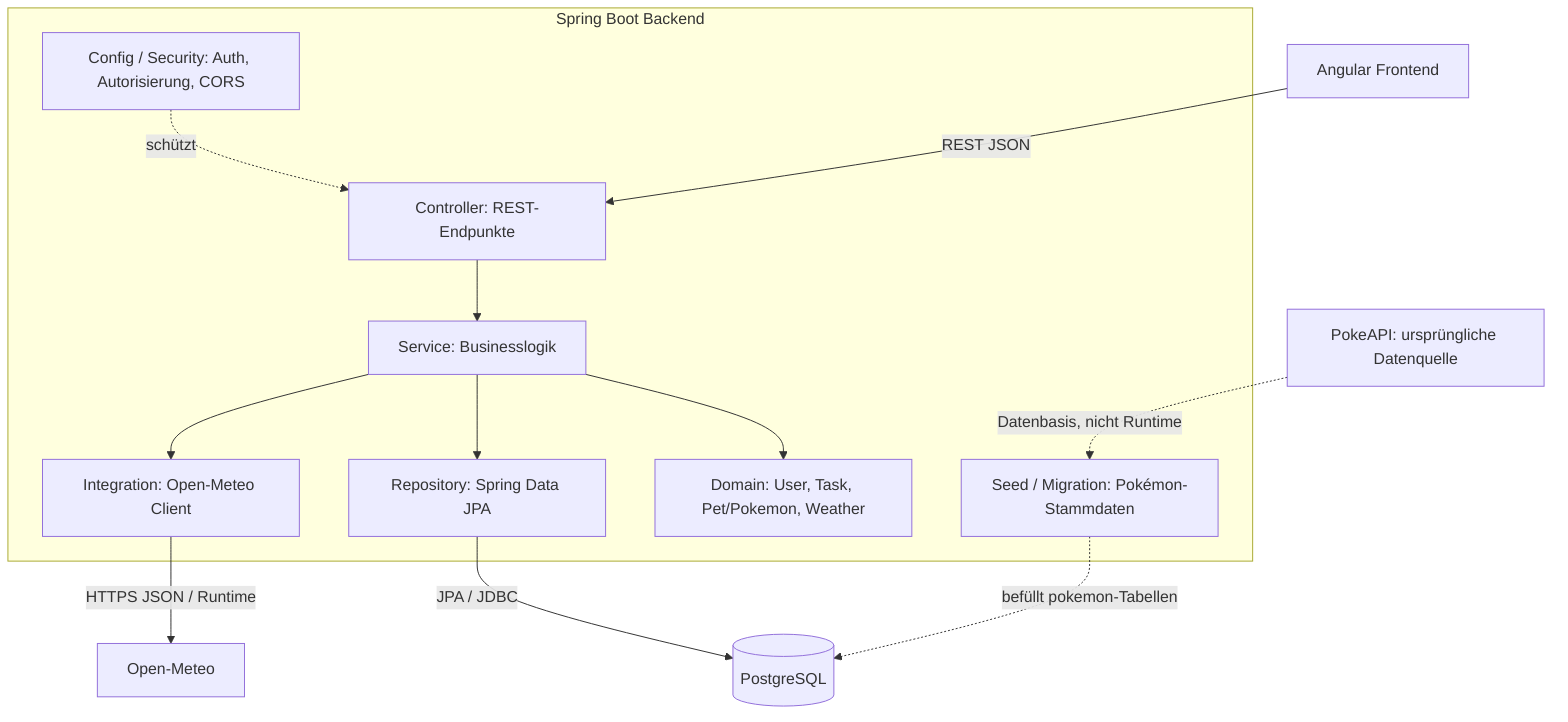
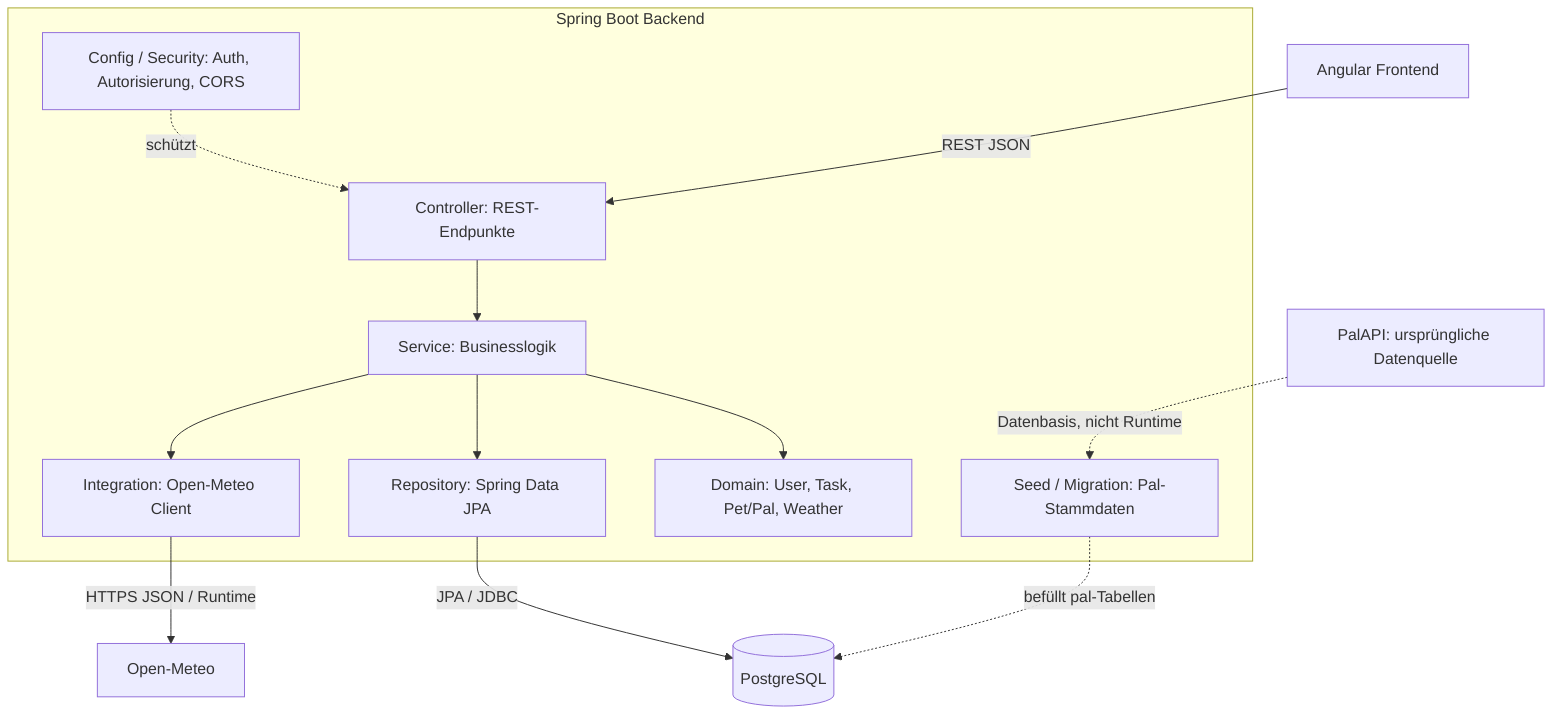
flowchart TB
    FE["Angular Frontend"]

    subgraph BACKEND["Spring Boot Backend"]
        CTRL["Controller: REST-Endpunkte"]
        SEC["Config / Security: Auth, Autorisierung, CORS"]
        SVC["Service: Businesslogik"]
-         DOM["Domain: User, Task, Pet/Pokemon, Weather"]
+         DOM["Domain: User, Task, Pet/Pal, Weather"]
        REPO["Repository: Spring Data JPA"]
        INT["Integration: Open-Meteo Client"]
-         SEED["Seed / Migration: Pokémon-Stammdaten"]
+         SEED["Seed / Migration: Pal-Stammdaten"]
    end

    DB[(PostgreSQL)]
-     POKEAPI["PokeAPI: ursprüngliche Datenquelle"]
+     POKEAPI["PalAPI: ursprüngliche Datenquelle"]
    WEATHER["Open-Meteo"]

    FE -->|REST JSON| CTRL
    SEC -. schützt .-> CTRL
    CTRL --> SVC
    SVC --> DOM
    SVC --> REPO
    SVC --> INT
    REPO -->|JPA / JDBC| DB
    INT -->|HTTPS JSON / Runtime| WEATHER

    POKEAPI -.->|Datenbasis, nicht Runtime| SEED
-     SEED -.->|befüllt pokemon-Tabellen| DB+     SEED -.->|befüllt pal-Tabellen| DB